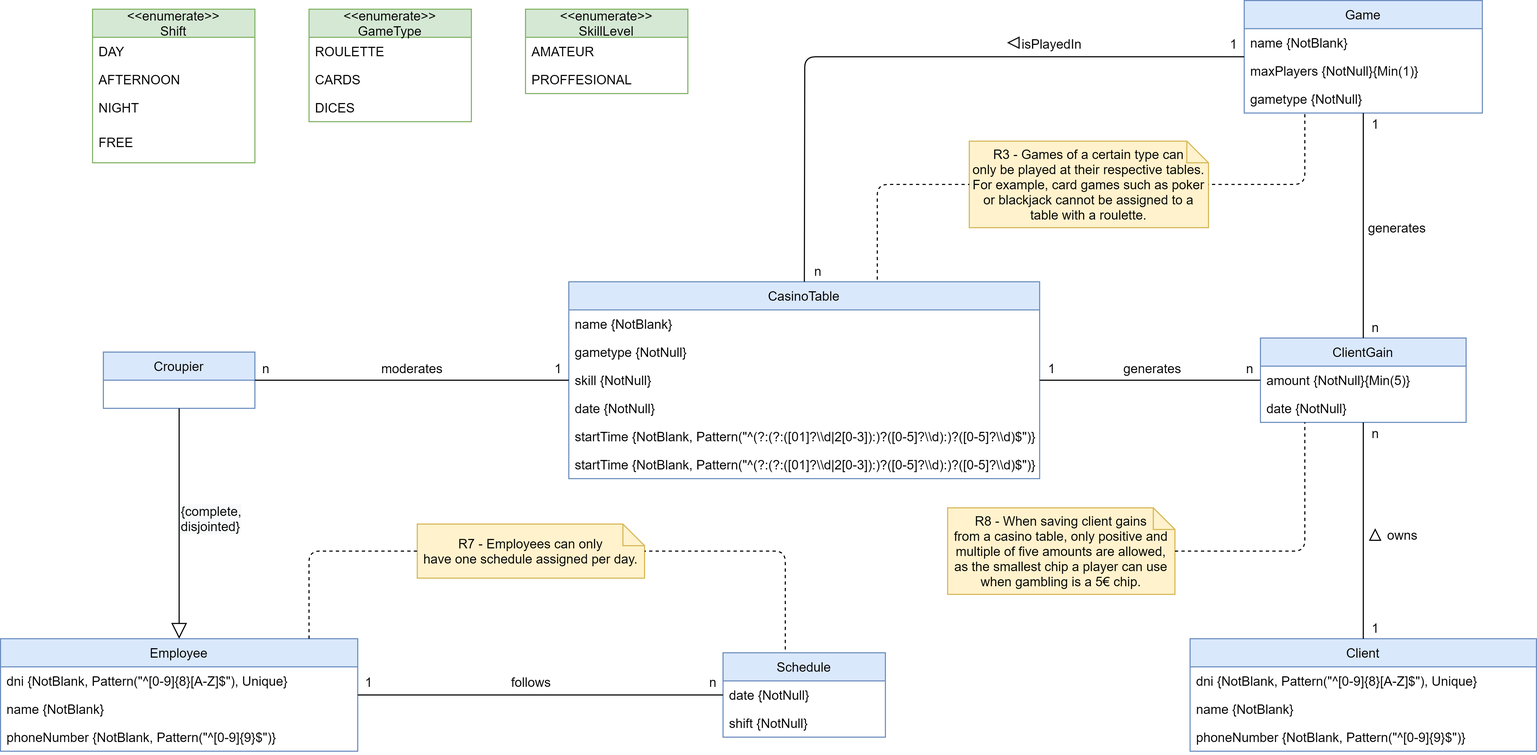
gii-is-DP1/dp1-2020-g1-07 keeps this draw.io diagram as uml/Conceptual Model-V1-Casino.png. Above is the earlier version. Source tidied: cells renumbered, new cells last; positions are measured from the earlier drawing's top-left corner, leaving out a move shared by most shapes.
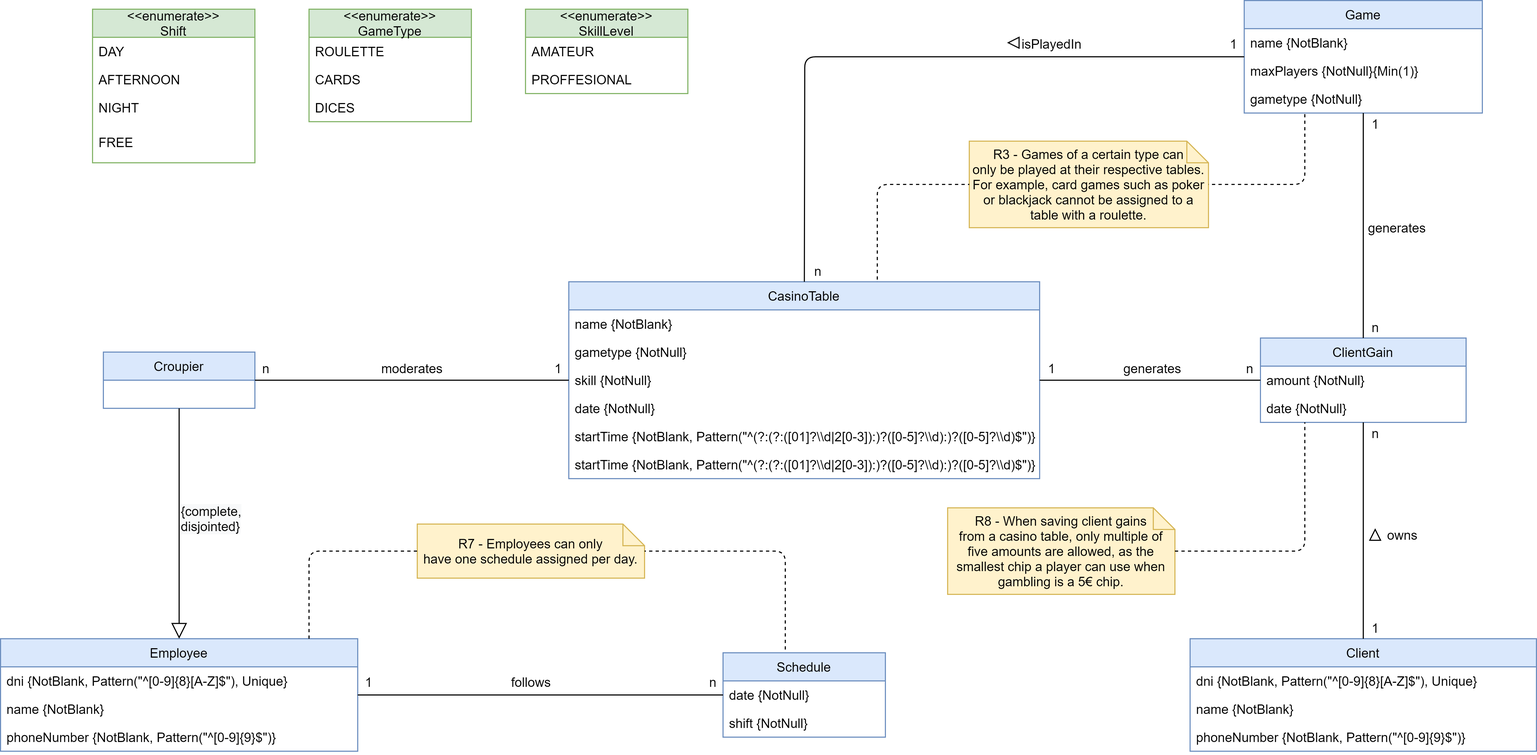
After the commit.

The edit, as a diff of the source:
```diff
@@ -95,7 +95,7 @@
     <mxCell id="32" value="ClientGain" style="swimlane;fontStyle=0;horizontal=1;startSize=26;fillColor=#dae8fc;strokeColor=#6c8ebf;" parent="1" vertex="1">
       <mxGeometry x="1164" y="312" width="190" height="78" as="geometry" />
     </mxCell>
-    <mxCell id="33" value="amount {NotNull}{Min(5)}" style="text;align=left;verticalAlign=top;spacingLeft=4;spacingRight=4;overflow=hidden;" parent="32" vertex="1">
+    <mxCell id="33" value="amount {NotNull}" style="text;align=left;verticalAlign=top;spacingLeft=4;spacingRight=4;overflow=hidden;" parent="32" vertex="1">
       <mxGeometry y="26" width="190" height="26" as="geometry" />
     </mxCell>
     <mxCell id="34" value="date {NotNull}" style="text;align=left;verticalAlign=top;spacingLeft=4;spacingRight=4;overflow=hidden;" parent="32" vertex="1">
@@ -198,7 +198,7 @@
     <mxCell id="65" value="&lt;span lang=&quot;EN-US&quot;&gt;&lt;font style=&quot;font-size: 12px&quot;&gt;R7 - Employees can only&lt;br/&gt;have one schedule assigned per day.&lt;/font&gt;&lt;/span&gt;" style="shape=note;size=20;whiteSpace=wrap;html=1;fillColor=#fff2cc;strokeColor=#d6b656;" parent="1" vertex="1">
       <mxGeometry x="385" y="484" width="210" height="50" as="geometry" />
     </mxCell>
-    <mxCell id="66" value="&lt;font style=&quot;font-size: 12px&quot;&gt;&lt;span lang=&quot;EN-US&quot;&gt;&lt;font style=&quot;font-size: 12px&quot;&gt;R8 -&amp;nbsp;&lt;/font&gt;&lt;/span&gt;&lt;span style=&quot;font-family: &amp;#34;whitney&amp;#34; , &amp;#34;helvetica neue&amp;#34; , &amp;#34;helvetica&amp;#34; , &amp;#34;arial&amp;#34; , sans-serif&quot;&gt;When saving client gains&lt;br&gt;from a casino table, only positive and multiple of five amounts are allowed, as the smallest chip a player can use when gambling is a 5€ chip.&lt;/span&gt;&lt;/font&gt;" style="shape=note;size=20;whiteSpace=wrap;html=1;fillColor=#fff2cc;strokeColor=#d6b656;" parent="1" vertex="1">
+    <mxCell id="66" value="&lt;font style=&quot;font-size: 12px&quot;&gt;&lt;span lang=&quot;EN-US&quot;&gt;&lt;font style=&quot;font-size: 12px&quot;&gt;R8 -&amp;nbsp;&lt;/font&gt;&lt;/span&gt;&lt;span style=&quot;font-family: &amp;#34;whitney&amp;#34; , &amp;#34;helvetica neue&amp;#34; , &amp;#34;helvetica&amp;#34; , &amp;#34;arial&amp;#34; , sans-serif&quot;&gt;When saving client gains&lt;br&gt;from a casino table, only multiple of five amounts are allowed, as the smallest chip a player can use when gambling is a 5€ chip.&lt;/span&gt;&lt;/font&gt;" style="shape=note;size=20;whiteSpace=wrap;html=1;fillColor=#fff2cc;strokeColor=#d6b656;" parent="1" vertex="1">
       <mxGeometry x="875" y="469" width="210" height="80" as="geometry" />
     </mxCell>
     <mxCell id="67" style="triangle;whiteSpace=wrap;html=1;direction=north;" parent="1" vertex="1">
```
